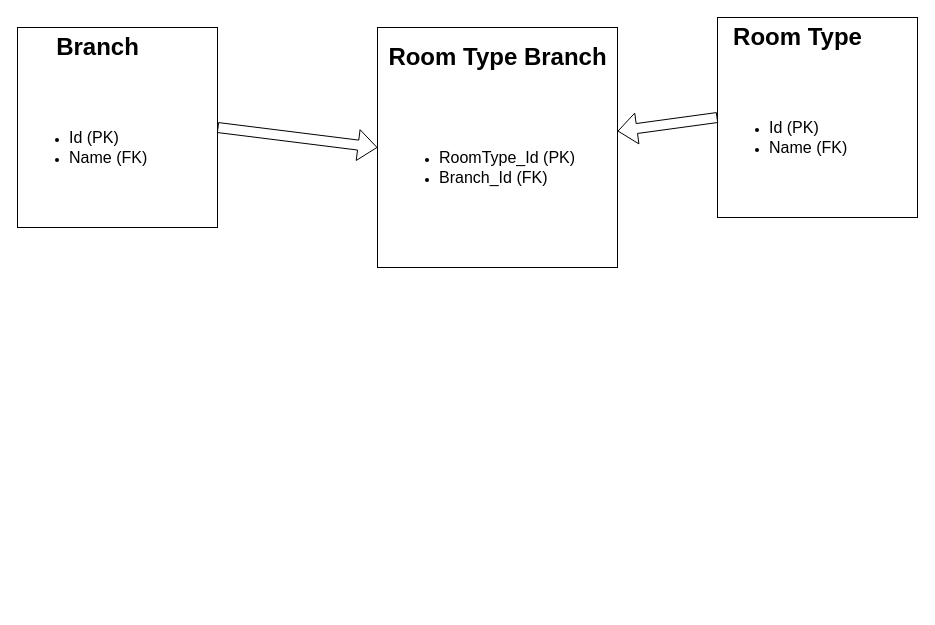
This is hotel_db.drawio from peterho77/hotel_page, a draw.io file, before an edit. Source tidied: cells renumbered, new cells numbered last; positions are measured from the earlier drawing's top-left corner, leaving out a move shared by most shapes. Both pictures are drawn from the tidied source at 100%, with x=0, y=0 at pixel (17, 17).
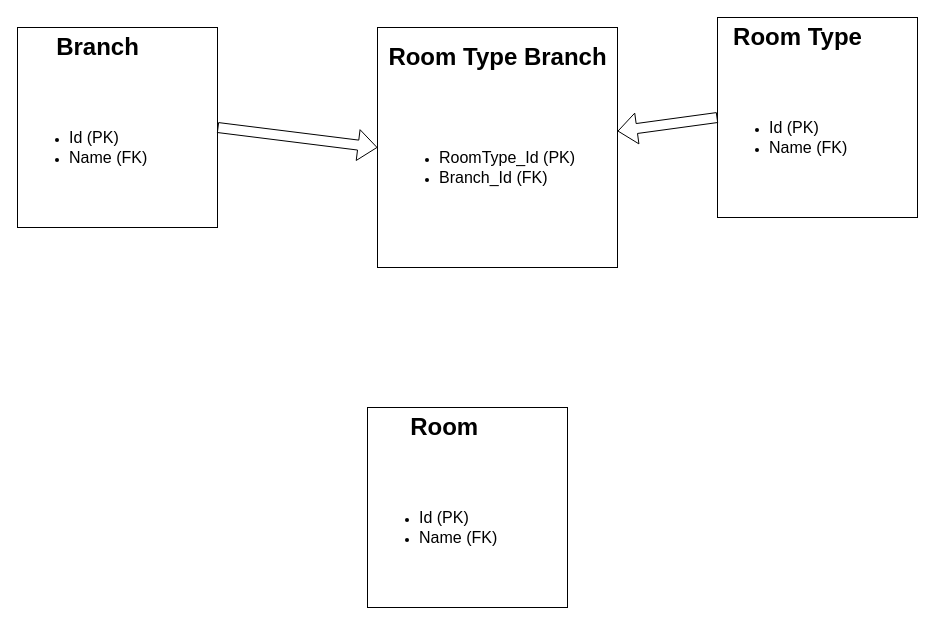
After the change.

Diff of the diagram source:
```diff
@@
 <mxGraphModel>
   <root>
     <mxCell id="0" />
     <mxCell id="1" parent="0" />
     <mxCell id="2" style="whiteSpace=wrap;html=1;" parent="1" vertex="1">
       <mxGeometry x="360" y="10" width="240" height="240" as="geometry" />
     </mxCell>
     <mxCell id="3" style="whiteSpace=wrap;html=1;" parent="1" vertex="1">
       <mxGeometry x="700" width="200" height="200" as="geometry" />
     </mxCell>
     <mxCell id="4" value="Room Type" style="text;strokeColor=none;fillColor=none;html=1;fontSize=24;fontStyle=1;verticalAlign=middle;align=center;" parent="1" vertex="1">
       <mxGeometry x="730" width="100" height="40" as="geometry" />
     </mxCell>
     <mxCell id="5" value="&lt;ul&gt;&lt;li&gt;&lt;font style=&quot;font-size: 16px;&quot;&gt;Id (PK)&lt;/font&gt;&lt;/li&gt;&lt;li&gt;&lt;span style=&quot;font-size: 16px;&quot;&gt;Name (FK)&lt;/span&gt;&lt;/li&gt;&lt;/ul&gt;" style="text;strokeColor=none;fillColor=none;html=1;whiteSpace=wrap;verticalAlign=middle;overflow=hidden;" parent="1" vertex="1">
       <mxGeometry x="710" y="50" width="160" height="140" as="geometry" />
     </mxCell>
     <mxCell id="6" style="shape=flexArrow;endArrow=classic;html=1;rounded=0;exitX=0;exitY=0.5;exitDx=0;exitDy=0;" parent="1" edge="1" source="3" target="2">
       <mxGeometry relative="1" as="geometry" />
     </mxCell>
     <mxCell id="7" style="whiteSpace=wrap;html=1;" parent="1" vertex="1">
       <mxGeometry y="10" width="200" height="200" as="geometry" />
     </mxCell>
     <mxCell id="8" value="Branch" style="text;strokeColor=none;fillColor=none;html=1;fontSize=24;fontStyle=1;verticalAlign=middle;align=center;" parent="1" vertex="1">
       <mxGeometry x="30" y="10" width="100" height="40" as="geometry" />
     </mxCell>
     <mxCell id="9" value="&lt;ul&gt;&lt;li&gt;&lt;font style=&quot;font-size: 16px;&quot;&gt;Id (PK)&lt;/font&gt;&lt;/li&gt;&lt;li&gt;&lt;span style=&quot;font-size: 16px;&quot;&gt;Name (FK)&lt;/span&gt;&lt;/li&gt;&lt;/ul&gt;" style="text;strokeColor=none;fillColor=none;html=1;whiteSpace=wrap;verticalAlign=middle;overflow=hidden;" parent="1" vertex="1">
       <mxGeometry x="10" y="60" width="160" height="140" as="geometry" />
     </mxCell>
     <mxCell id="10" value="Room Type Branch" style="text;strokeColor=none;fillColor=none;html=1;fontSize=24;fontStyle=1;verticalAlign=middle;align=center;" parent="1" vertex="1">
       <mxGeometry x="430" y="20" width="100" height="40" as="geometry" />
     </mxCell>
     <mxCell id="11" style="shape=flexArrow;endArrow=classic;html=1;rounded=0;entryX=0;entryY=0.5;entryDx=0;entryDy=0;exitX=1;exitY=0.5;exitDx=0;exitDy=0;" parent="1" edge="1" source="7" target="2">
       <mxGeometry relative="1" as="geometry" />
     </mxCell>
     <mxCell id="12" value="&lt;ul&gt;&lt;li&gt;&lt;font style=&quot;font-size: 16px;&quot;&gt;RoomType_Id (PK)&lt;/font&gt;&lt;/li&gt;&lt;li&gt;&lt;span style=&quot;font-size: 16px;&quot;&gt;Branch_Id (FK)&lt;/span&gt;&lt;/li&gt;&lt;/ul&gt;" style="text;strokeColor=none;fillColor=none;html=1;whiteSpace=wrap;verticalAlign=middle;overflow=hidden;" parent="1" vertex="1">
       <mxGeometry x="380" y="80" width="200" height="140" as="geometry" />
     </mxCell>
+    <mxCell id="13" style="whiteSpace=wrap;html=1;" parent="1" vertex="1">
+      <mxGeometry x="350" y="390" width="200" height="200" as="geometry" />
+    </mxCell>
+    <mxCell id="14" value="Room&amp;nbsp;" style="text;strokeColor=none;fillColor=none;html=1;fontSize=24;fontStyle=1;verticalAlign=middle;align=center;" parent="1" vertex="1">
+      <mxGeometry x="380" y="390" width="100" height="40" as="geometry" />
+    </mxCell>
+    <mxCell id="15" value="&lt;ul&gt;&lt;li&gt;&lt;font style=&quot;font-size: 16px;&quot;&gt;Id (PK)&lt;/font&gt;&lt;/li&gt;&lt;li&gt;&lt;span style=&quot;font-size: 16px;&quot;&gt;Name (FK)&lt;/span&gt;&lt;/li&gt;&lt;/ul&gt;" style="text;strokeColor=none;fillColor=none;html=1;whiteSpace=wrap;verticalAlign=middle;overflow=hidden;" parent="1" vertex="1">
+      <mxGeometry x="360" y="440" width="160" height="140" as="geometry" />
+    </mxCell>
   </root>
 </mxGraphModel>
```
